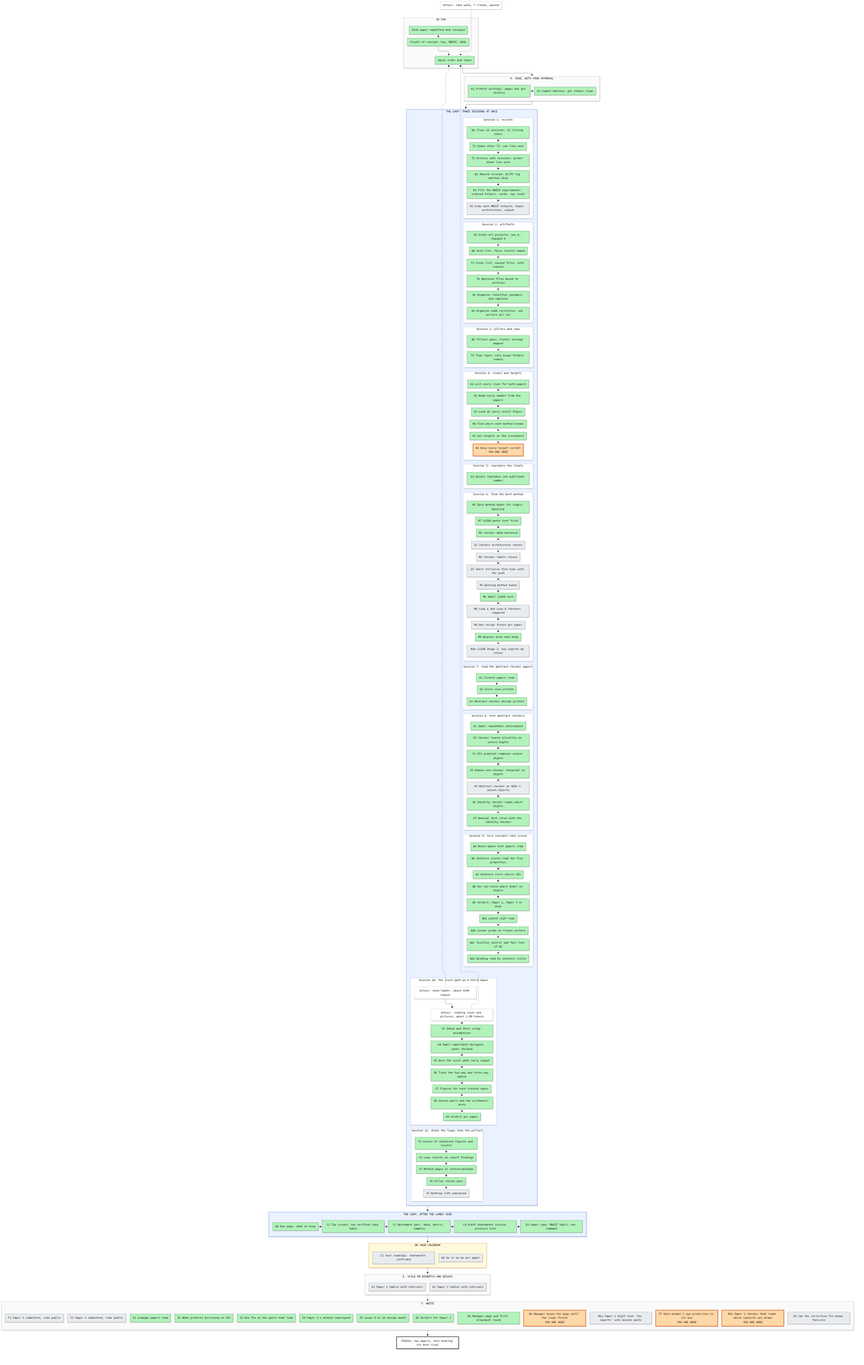
Above: artifacts/notes/progress/map.png in mo-rsa24/concept-composition (Mermaid), before the change. Its source is kept beside it as artifacts/notes/progress/map.mmd.
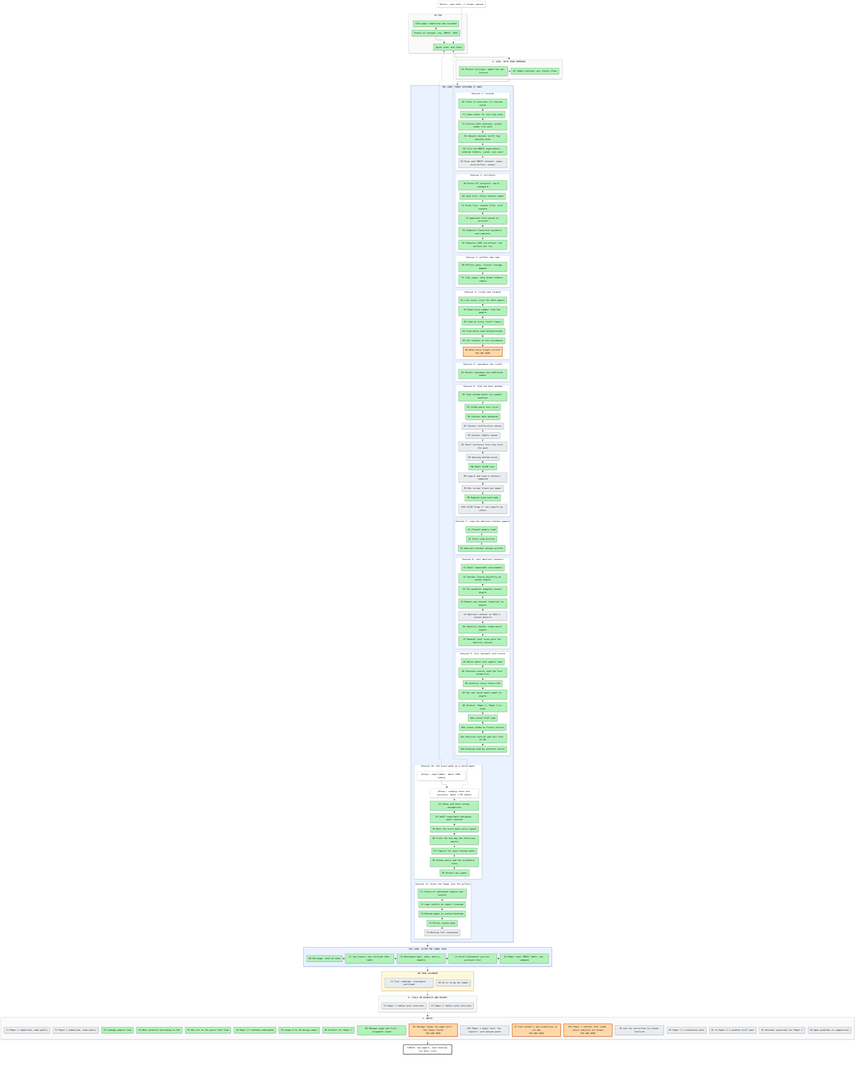
Above is the later version.

Commit message:
Loop 14 for gaps and reviewer questions, Loop 4's Paper 1 evaluation plan, and Z8 on the shared card

The edit, as a diff of the source:
```diff
@@ -74,7 +74,7 @@
   end
   subgraph SF["F. WRITE"]
     direction LR
-    F1["F1 Paper 1 submitted, code public"]:::todo ~~~ F2["F2 Paper 2 submitted, code public"]:::todo ~~~ Z1["Z1 Leakage papers read"]:::done ~~~ Z2["Z2 What predicts borrowing on CO3"]:::done ~~~ Z3["Z3 One fix on the pairs that leak"]:::done ~~~ Z4["Z4 Paper 2's method redesigned"]:::done ~~~ Z5["Z5 Loops 8 to 10 design audit"]:::done ~~~ Z6["Z6 Verdict for Paper 2"]:::done ~~~ N1["N1 Manager page and first alignment round"]:::done ~~~ N2["N2 Manager keeps the page until the loops finish<br/>YOU ARE HERE"]:::doing ~~~ M11["M11 Paper 1 digit test: the experts' vote beside paste"]:::todo ~~~ Z7["Z7 Each animal's own prediction in its box<br/>YOU ARE HERE"]:::doing ~~~ M12["M12 Paper 2 checker that reads which subjects are drawn<br/>YOU ARE HERE"]:::doing ~~~ Z8["Z8 Can the correction fix known failures"]:::todo
+    F1["F1 Paper 1 submitted, code public"]:::todo ~~~ F2["F2 Paper 2 submitted, code public"]:::todo ~~~ Z1["Z1 Leakage papers read"]:::done ~~~ Z2["Z2 What predicts borrowing on CO3"]:::done ~~~ Z3["Z3 One fix on the pairs that leak"]:::done ~~~ Z4["Z4 Paper 2's method redesigned"]:::done ~~~ Z5["Z5 Loops 8 to 10 design audit"]:::done ~~~ Z6["Z6 Verdict for Paper 2"]:::done ~~~ N1["N1 Manager page and first alignment round"]:::done ~~~ N2["N2 Manager keeps the page until the loops finish<br/>YOU ARE HERE"]:::doing ~~~ M11["M11 Paper 1 digit test: the experts' vote beside paste"]:::todo ~~~ Z7["Z7 Each animal's own prediction in its box<br/>YOU ARE HERE"]:::doing ~~~ M12["M12 Paper 2 checker that reads which subjects are drawn<br/>YOU ARE HERE"]:::doing ~~~ Z8["Z8 Can the correction fix known failures"]:::todo ~~~ K7["K7 Paper 1's evaluation plan"]:::todo ~~~ G1["G1 Is Paper 2's problem still open"]:::todo ~~~ G2["G2 Reviewer questions for Paper 1"]:::todo ~~~ G3["G3 Open problems in composition"]:::todo
   end
   GOAL["FINISH: two papers, each beating its best rival"]:::goal
   X0["Detour: idea walk, 7 claims, paused"]:::detour -.-> P2
```
